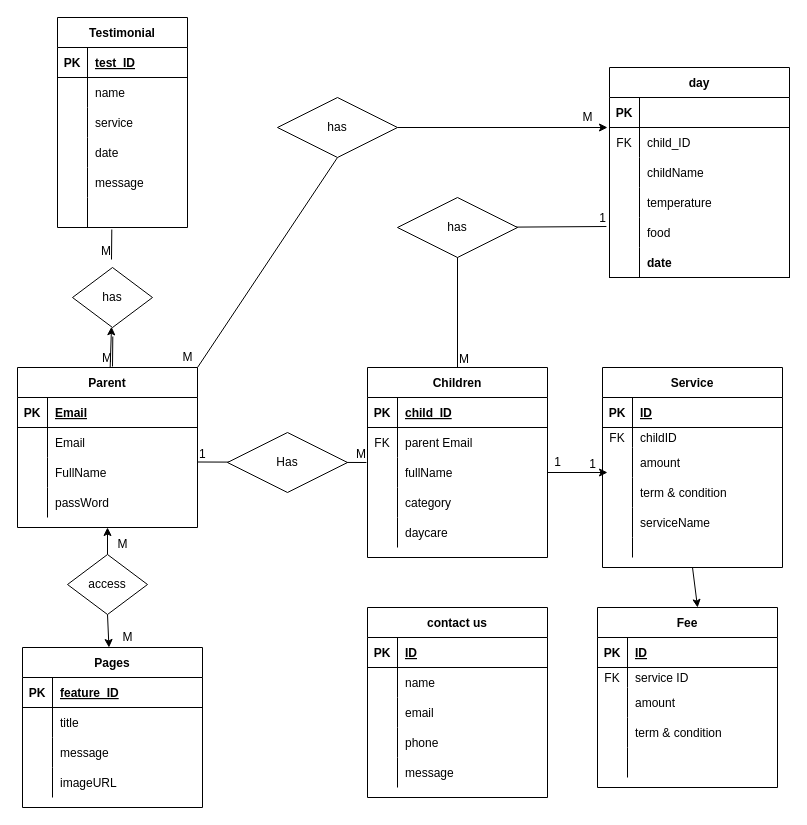
Above: erd.drawio in ahmedsaheed/Boomarang (draw.io), before the change. Source tidied: cells renumbered, new cells numbered last; positions are measured from the earlier drawing's top-left corner, leaving out a move shared by most shapes. Both pictures are drawn from the tidied source at 100%, with x=0, y=0 at pixel (17, 17).
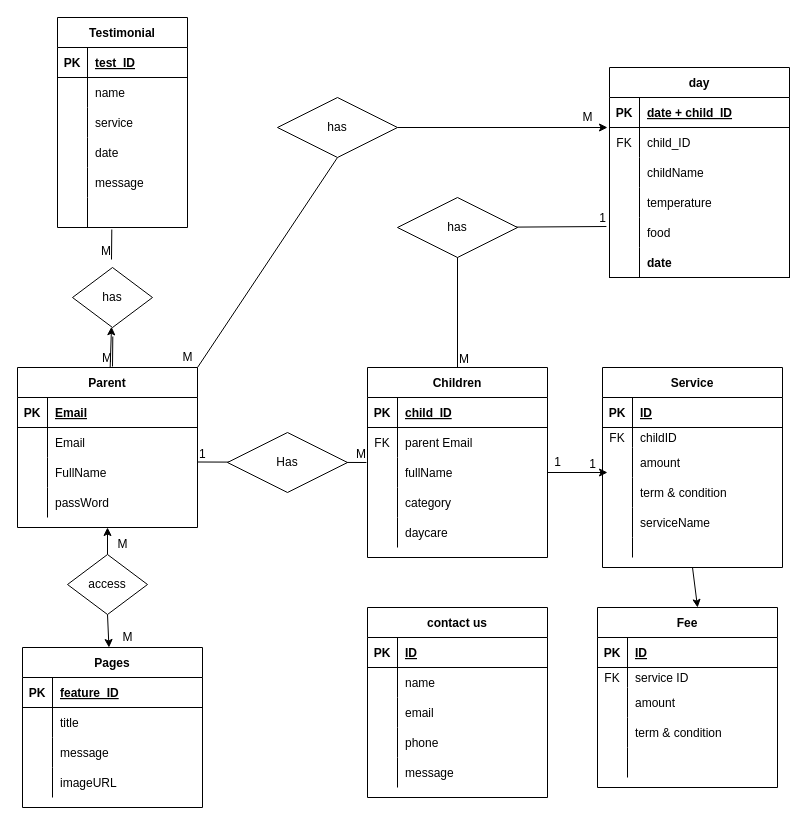
After the change.

The change refers to these unchanged cells:
```xml
<mxCell id="83" style="shape=partialRectangle;fillColor=none;top=0;left=0;bottom=1;right=0;" parent="82" vertex="1">
  <mxGeometry y="30" width="180" height="30" as="geometry" />
</mxCell>
```

Diff of the diagram source:
```diff
@@
-    <mxCell id="85" style="shape=partialRectangle;fillColor=none;top=0;left=0;bottom=0;right=0;align=left;spacingLeft=6;fontStyle=5;overflow=hidden;" parent="83" vertex="1">
+    <mxCell id="85" value="date + child_ID" style="shape=partialRectangle;fillColor=none;top=0;left=0;bottom=0;right=0;align=left;spacingLeft=6;fontStyle=5;overflow=hidden;" parent="83" vertex="1">
       <mxGeometry x="30" width="150" height="30" as="geometry" />
     </mxCell>
```
